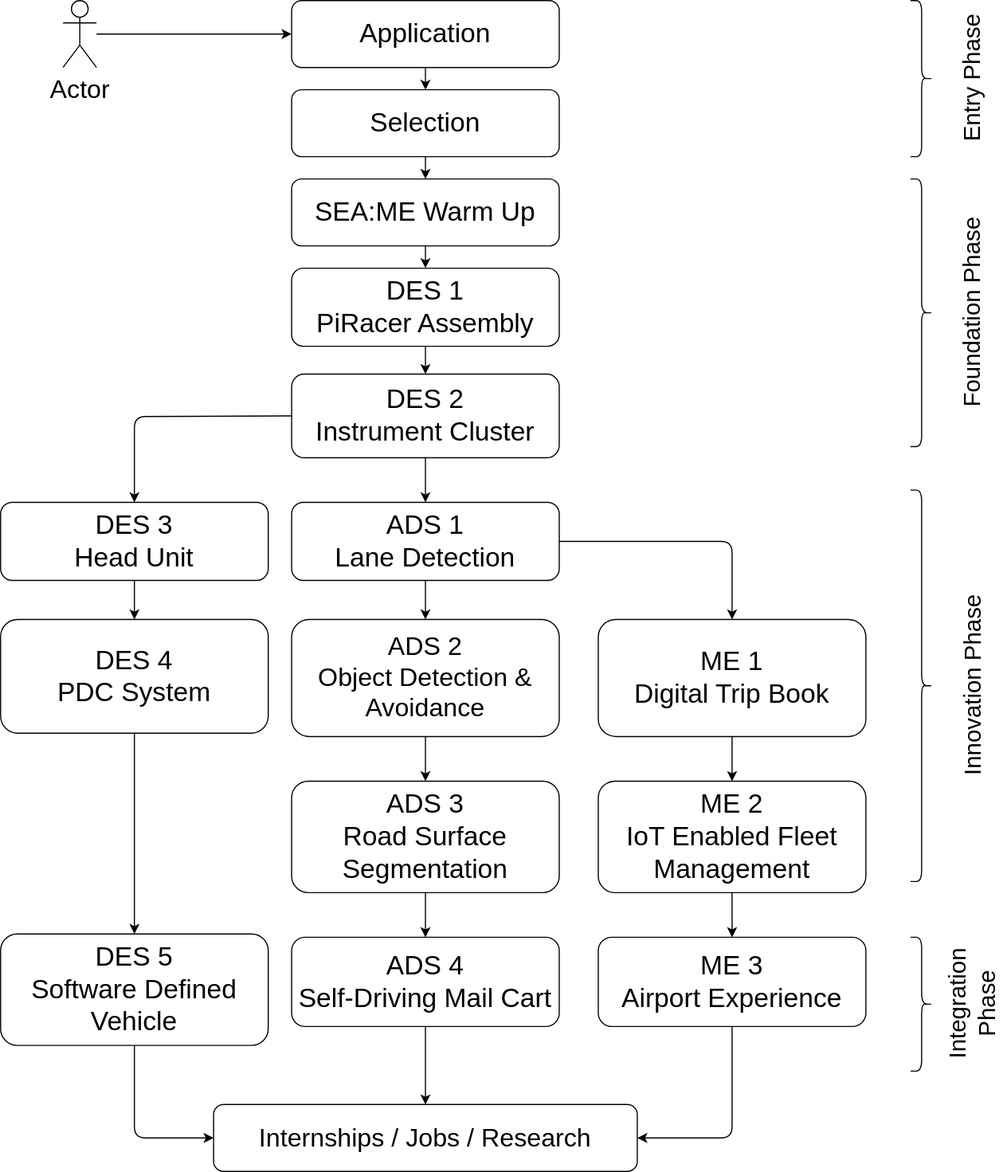
This is draw/roadmap.svg from SEA-ME/SEA-ME-Study-Roadmap, a draw.io export, as it was before one commit. Source tidied: cells renumbered, new cells last; positions are measured from the earlier drawing's top-left corner, leaving out a move shared by most shapes.
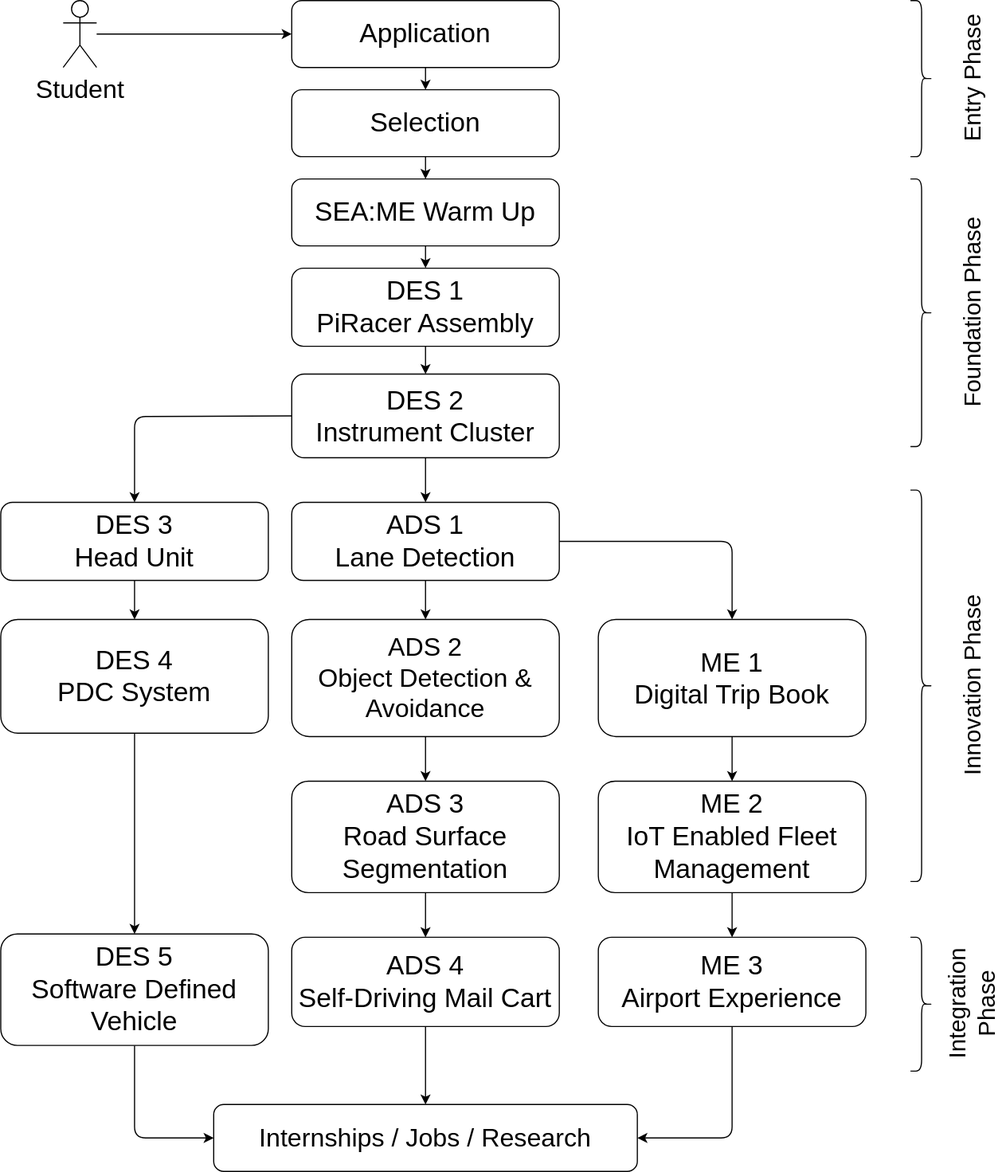
Later version of the same file.

The edit, as a diff of the source:
```diff
@@ -120,7 +120,7 @@
     <mxCell id="35" style="edgeStyle=none;html=1;entryX=0;entryY=0.5;entryDx=0;entryDy=0;fontSize=23;" parent="1" edge="1" source="36" target="9">
       <mxGeometry relative="1" as="geometry" />
     </mxCell>
-    <mxCell id="36" value="Actor" style="shape=umlActor;verticalLabelPosition=bottom;verticalAlign=top;html=1;outlineConnect=0;fontSize=23;" parent="1" vertex="1">
+    <mxCell id="36" value="Student" style="shape=umlActor;verticalLabelPosition=bottom;verticalAlign=top;html=1;outlineConnect=0;fontSize=23;" parent="1" vertex="1">
       <mxGeometry x="56" width="30" height="60" as="geometry" />
     </mxCell>
     <mxCell id="37" value="&lt;font style=&quot;font-size: 21px;&quot;&gt;Foundation Phase&lt;/font&gt;" style="text;html=1;align=center;verticalAlign=middle;strokeColor=none;fillColor=none;rotation=-90;" parent="1" vertex="1">
```
